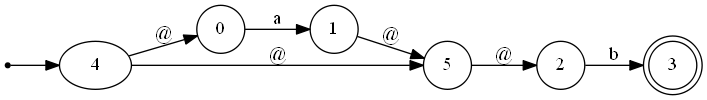
This is View/fsm.gv.png from FabianPalacios/Automatas, a Graphviz export, as it was before one commit. Its source is kept beside it as View/fsm.gv.
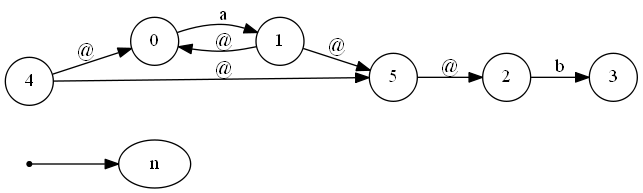
Later version of the same file.

Diff of the diagram source:
```diff
@@ -1,14 +1,15 @@
 digraph finite_state_machine {
 	rankdir=LR size="8,5"
 	ini [shape=point]
-	ini -> 4
+	ini -> n
 	node [shape=doublecircle]
-	3
+	n
 	node [shape=circle]
 	0 -> 1 [label=a]
 	2 -> 3 [label=b]
 	4 -> 5 [label="@"]
 	4 -> 0 [label="@"]
+	1 -> 0 [label="@"]
 	1 -> 5 [label="@"]
 	5 -> 2 [label="@"]
 }
```
